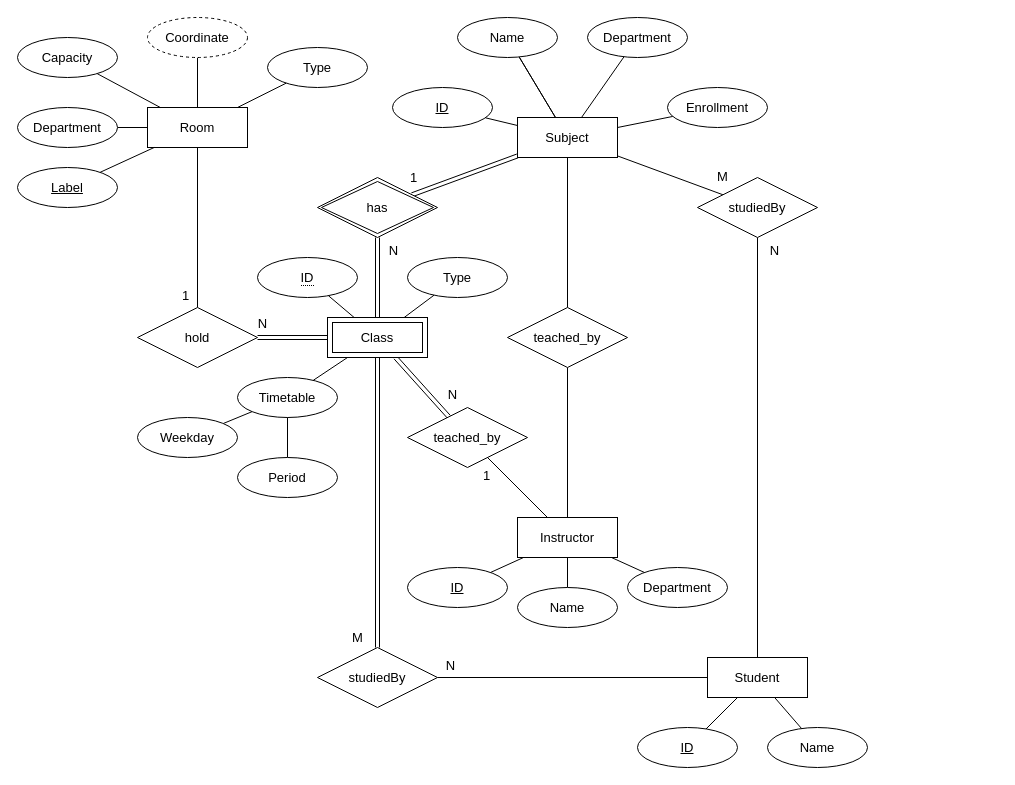
This is page "ERD" (1 of 6) of draw.drawio from lehongduc200115/unitime-do-an, a draw.io file, before an edit. Source tidied: cells renumbered, new cells numbered last; positions are measured from the earlier drawing's top-left corner, leaving out a move shared by most shapes. Both pictures are drawn from the tidied source at 100%, with x=0, y=0 at pixel (17, 17).
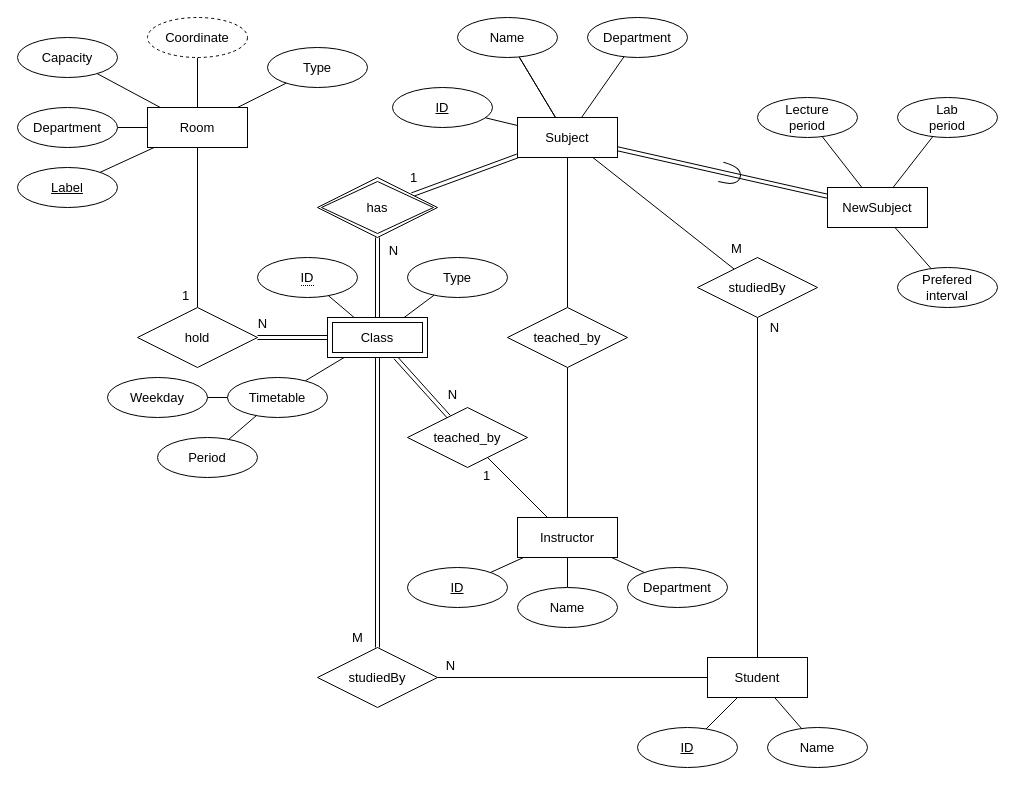
After the change.

The change refers to these unchanged cells:
```xml
<mxCell id="13" value="Subject" style="whiteSpace=wrap;html=1;align=center;fontSize=13;" parent="1" vertex="1">
  <mxGeometry x="500" y="100" width="100" height="40" as="geometry" />
</mxCell>
```

What changed in the source:
```diff
@@
     <mxCell id="44" value="Timetable" style="ellipse;whiteSpace=wrap;html=1;align=center;fontFamily=Helvetica;fontSize=13;fontColor=rgb(0, 0, 0);strokeColor=rgb(0, 0, 0);fillColor=rgb(255, 255, 255);" parent="1" vertex="1">
-      <mxGeometry x="220" y="360" width="100" height="40" as="geometry" />
+      <mxGeometry x="210" y="360" width="100" height="40" as="geometry" />
     </mxCell>
@@
     <mxCell id="46" value="Period" style="ellipse;whiteSpace=wrap;html=1;align=center;fontFamily=Helvetica;fontSize=13;fontColor=rgb(0, 0, 0);strokeColor=rgb(0, 0, 0);fillColor=rgb(255, 255, 255);" parent="1" vertex="1">
-      <mxGeometry x="220" y="440" width="100" height="40" as="geometry" />
+      <mxGeometry x="140" y="420" width="100" height="40" as="geometry" />
     </mxCell>
@@
     <mxCell id="48" value="Weekday" style="ellipse;whiteSpace=wrap;html=1;align=center;fontFamily=Helvetica;fontSize=13;fontColor=rgb(0, 0, 0);strokeColor=rgb(0, 0, 0);fillColor=rgb(255, 255, 255);" parent="1" vertex="1">
-      <mxGeometry x="120" y="400" width="100" height="40" as="geometry" />
+      <mxGeometry x="90" y="360" width="100" height="40" as="geometry" />
     </mxCell>
@@
     <mxCell id="60" value="studiedBy" style="shape=rhombus;perimeter=rhombusPerimeter;whiteSpace=wrap;html=1;align=center;fontSize=13;" parent="1" vertex="1">
-      <mxGeometry x="680" y="160" width="120" height="60" as="geometry" />
+      <mxGeometry x="680" y="240" width="120" height="60" as="geometry" />
     </mxCell>
@@
-    <mxCell id="63" style="edgeStyle=none;html=1;endArrow=none;endFill=0;" parent="1" edge="1" source="64" target="13">
+    <mxCell id="63" style="edgeStyle=none;html=1;endArrow=none;endFill=0;" parent="1" edge="1" source="64" target="66">
       <mxGeometry relative="1" as="geometry" />
     </mxCell>
-    <mxCell id="64" value="Enrollment" style="ellipse;whiteSpace=wrap;html=1;align=center;fontSize=13;" parent="1" vertex="1">
-      <mxGeometry x="650" y="70" width="100" height="40" as="geometry" />
+    <mxCell id="64" value="Prefered&lt;br&gt;interval" style="ellipse;whiteSpace=wrap;html=1;align=center;fontSize=13;" parent="1" vertex="1">
+      <mxGeometry x="880" y="250" width="100" height="40" as="geometry" />
     </mxCell>
+    <mxCell id="65" style="edgeStyle=none;html=1;startArrow=none;startFill=0;endArrow=none;endFill=0;shape=link;" parent="1" edge="1" source="66" target="13">
+      <mxGeometry relative="1" as="geometry" />
+    </mxCell>
+    <mxCell id="66" value="NewSubject" style="whiteSpace=wrap;html=1;align=center;fontSize=13;" parent="1" vertex="1">
+      <mxGeometry x="810" y="170" width="100" height="40" as="geometry" />
+    </mxCell>
+    <mxCell id="67" style="shape=requiredInterface;html=1;verticalLabelPosition=bottom;sketch=0;rotation=15;" parent="1" vertex="1">
+      <mxGeometry x="703" y="147" width="20" height="20" as="geometry" />
+    </mxCell>
+    <mxCell id="68" style="edgeStyle=none;html=1;startArrow=none;startFill=0;endArrow=none;endFill=0;" parent="1" edge="1" source="69" target="66">
+      <mxGeometry relative="1" as="geometry" />
+    </mxCell>
+    <mxCell id="69" value="Lecture&lt;br&gt;period" style="ellipse;whiteSpace=wrap;html=1;align=center;fontSize=13;" parent="1" vertex="1">
+      <mxGeometry x="740" y="80" width="100" height="40" as="geometry" />
+    </mxCell>
+    <mxCell id="70" style="edgeStyle=none;html=1;startArrow=none;startFill=0;endArrow=none;endFill=0;" parent="1" edge="1" source="71" target="66">
+      <mxGeometry relative="1" as="geometry" />
+    </mxCell>
+    <mxCell id="71" value="Lab&lt;br&gt;period" style="ellipse;whiteSpace=wrap;html=1;align=center;fontSize=13;" parent="1" vertex="1">
+      <mxGeometry x="880" y="80" width="100" height="40" as="geometry" />
+    </mxCell>
```
